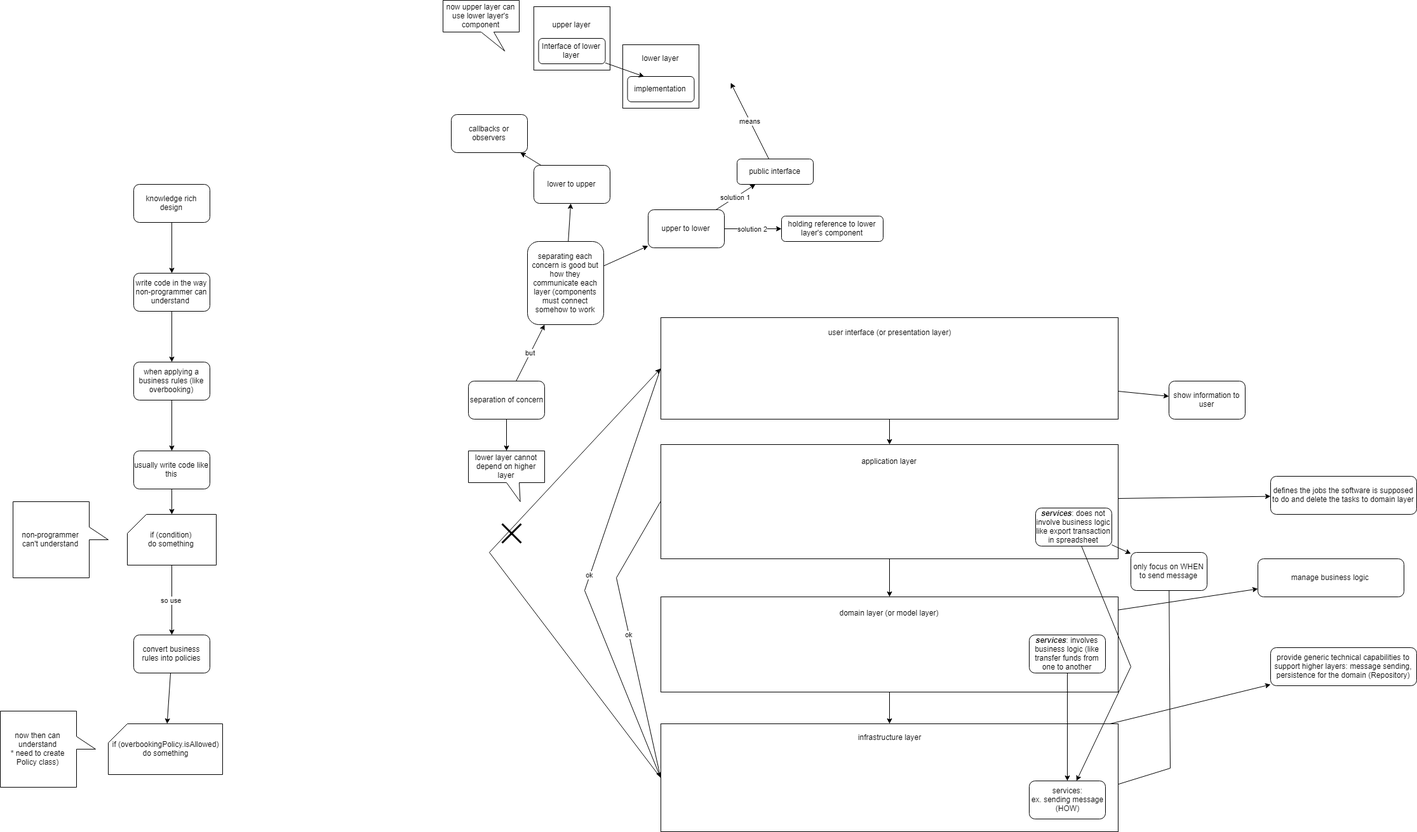
The draw.io diagram ddd_basic.png in stsiwo/ddd_concept, before a commit. Source tidied: cells renumbered, new cells last; positions are measured from the earlier drawing's top-left corner, leaving out a move shared by most shapes.
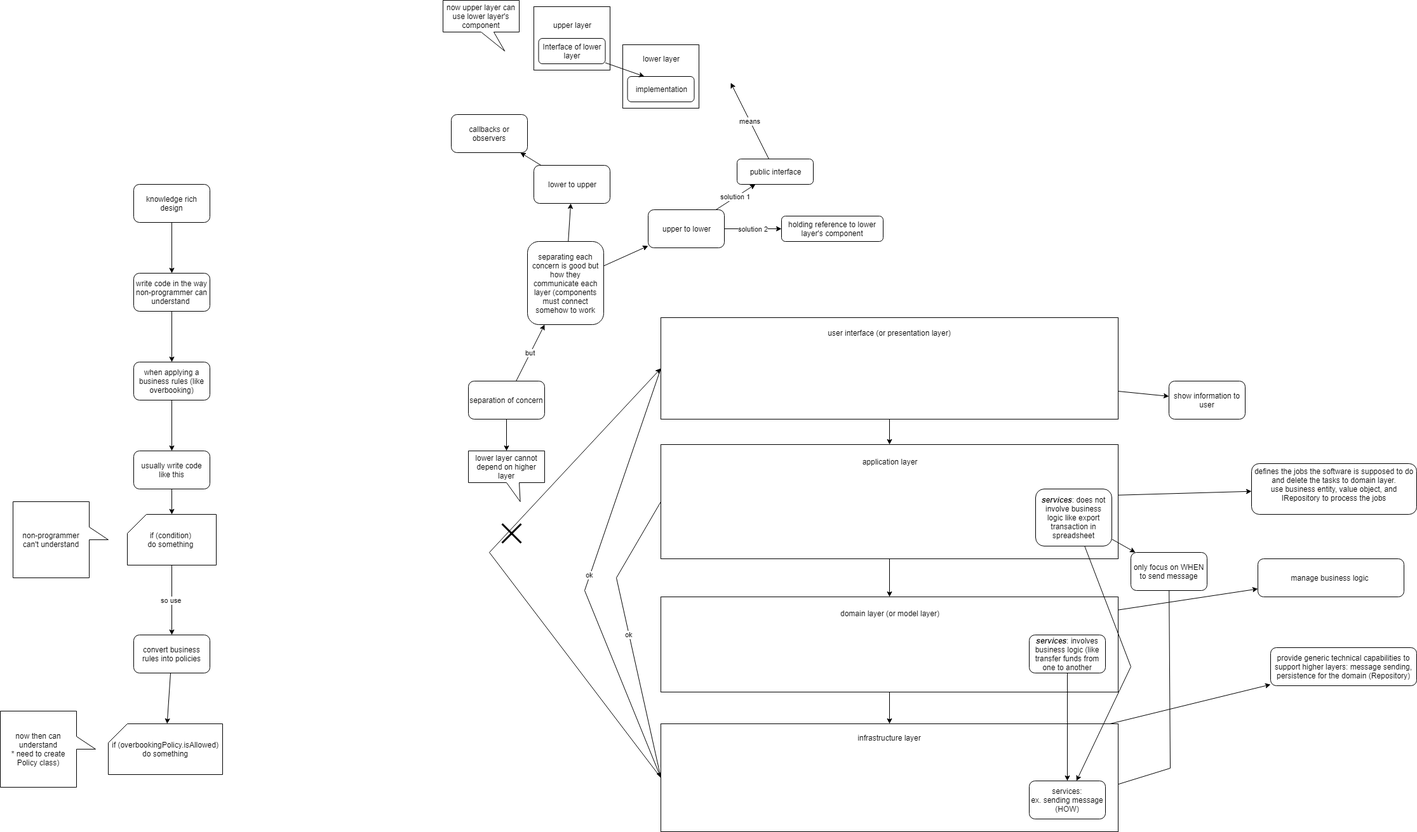
The same diagram one commit later.

What changed in the source:
```diff
@@ -114,8 +114,8 @@
     <mxCell id="33" value="show information to user" style="rounded=1;whiteSpace=wrap;html=1;" parent="1" vertex="1">
       <mxGeometry x="1840" y="600" width="120" height="60" as="geometry" />
     </mxCell>
-    <mxCell id="34" value="defines the jobs the software is supposed to do and delete the tasks to domain layer" style="rounded=1;whiteSpace=wrap;html=1;" parent="1" vertex="1">
-      <mxGeometry x="2000" y="750" width="230" height="60" as="geometry" />
+    <mxCell id="34" value="defines the jobs the software is supposed to do and delete the tasks to domain layer.&lt;br&gt;use business entity, value object, and IRepository to process the jobs&lt;br&gt;&lt;br&gt;" style="rounded=1;whiteSpace=wrap;html=1;" parent="1" vertex="1">
+      <mxGeometry x="1970" y="730" width="260" height="80" as="geometry" />
     </mxCell>
     <mxCell id="35" value="manage business logic&amp;nbsp;" style="rounded=1;whiteSpace=wrap;html=1;" parent="1" vertex="1">
       <mxGeometry x="1980" y="880" width="230" height="60" as="geometry" />
@@ -217,7 +217,7 @@
       </mxGeometry>
     </mxCell>
     <mxCell id="66" value="&lt;b&gt;&lt;i&gt;services&lt;/i&gt;&lt;/b&gt;: does not involve business logic like export transaction in spreadsheet" style="rounded=1;whiteSpace=wrap;html=1;" parent="1" vertex="1">
-      <mxGeometry x="1630" y="800" width="120" height="60" as="geometry" />
+      <mxGeometry x="1630" y="770" width="120" height="90" as="geometry" />
     </mxCell>
   </root>
 </mxGraphModel>
```
